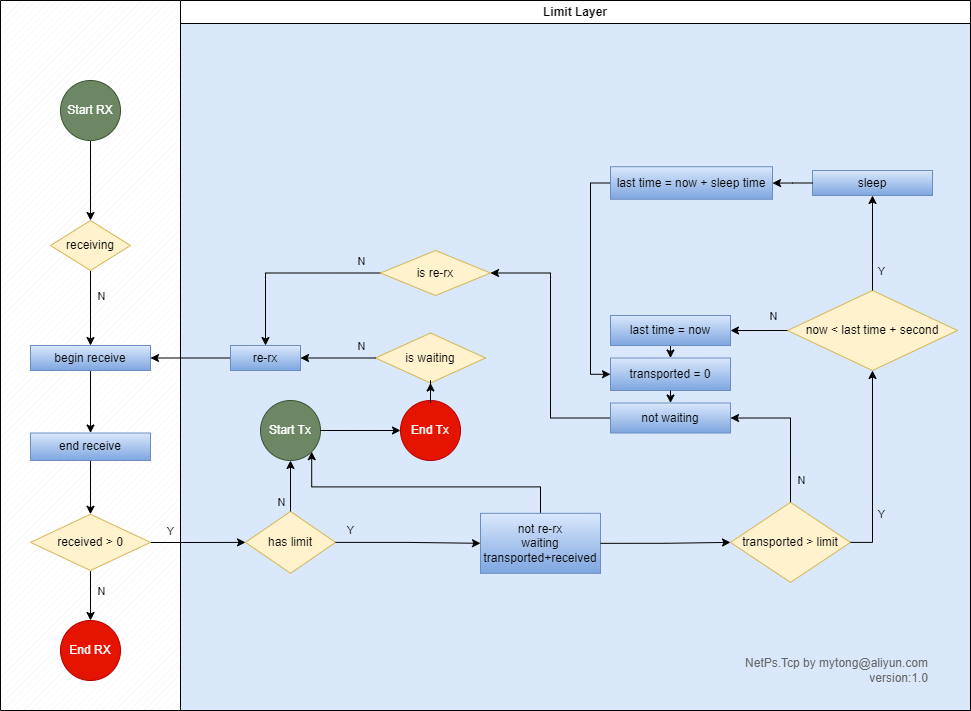
Earlier version of the draw.io export src/NetPs.Tcp/doc/TcpRxRepeater.png (NetProtocols/NetPs). Source tidied: cells renumbered, new cells last; positions are measured from the earlier drawing's top-left corner, leaving out a move shared by most shapes.
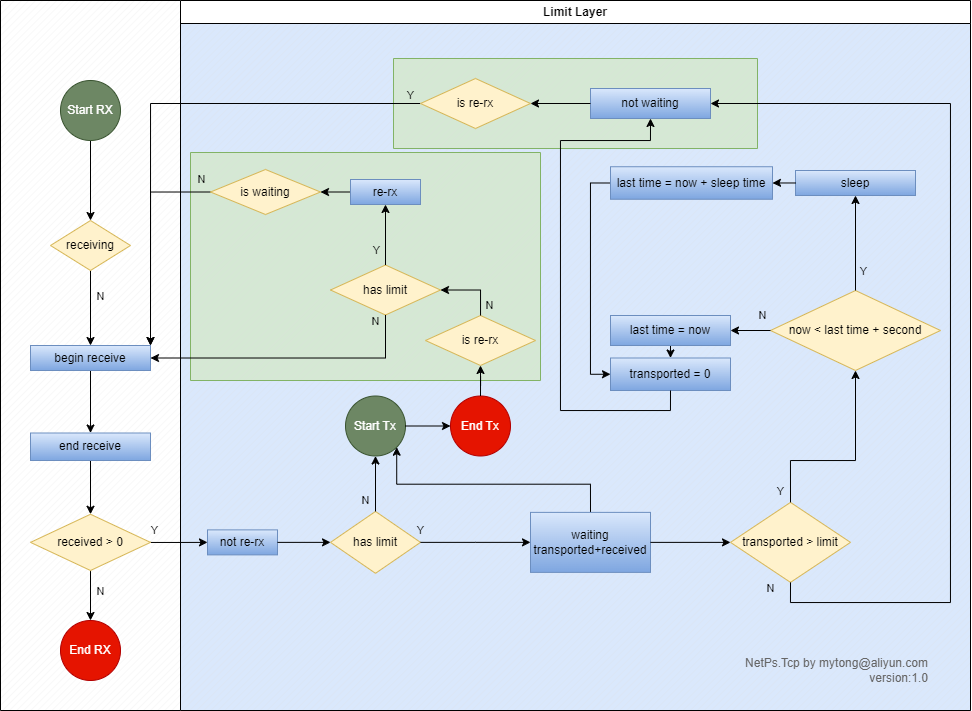
Above is the later version.

Change to the diagram source:
```diff
@@ -8,9 +8,40 @@
     <mxCell id="3" value="Limit Layer" style="swimlane;whiteSpace=wrap;html=1;" parent="1" vertex="1">
       <mxGeometry x="180" width="790" height="710" as="geometry" />
     </mxCell>
+    <mxCell id="61" style="verticalLabelPosition=bottom;verticalAlign=top;html=1;shape=mxgraph.basic.patternFillRect;fillStyle=diag;step=5;fillStrokeWidth=0.2;fillStrokeColor=#dddddd;fillColor=#d5e8d4;strokeColor=#82b366;" parent="3" vertex="1">
+      <mxGeometry x="213" y="58" width="364" height="90" as="geometry" />
+    </mxCell>
+    <mxCell id="62" style="verticalLabelPosition=bottom;verticalAlign=top;html=1;shape=mxgraph.basic.patternFillRect;fillStyle=diag;step=5;fillStrokeWidth=0.2;fillStrokeColor=#dddddd;fillColor=#d5e8d4;strokeColor=#82b366;" parent="3" vertex="1">
+      <mxGeometry x="10" y="152" width="350" height="228" as="geometry" />
+    </mxCell>
     <mxCell id="4" value="&lt;font color=&quot;#666666&quot;&gt;NetPs.Tcp by mytong@aliyun.com&lt;br&gt;version:1.0&lt;br&gt;&lt;/font&gt;" style="rounded=1;whiteSpace=wrap;html=1;fillColor=none;strokeColor=none;align=right;" parent="3" vertex="1">
       <mxGeometry x="520" y="640" width="230" height="60" as="geometry" />
     </mxCell>
+    <mxCell id="25" value="is re-rx" style="rhombus;whiteSpace=wrap;html=1;fillColor=#fff2cc;strokeColor=#d6b656;" parent="3" vertex="1">
+      <mxGeometry x="245" y="315" width="110" height="50" as="geometry" />
+    </mxCell>
+    <mxCell id="63" value="not re-rx" style="whiteSpace=wrap;html=1;fillColor=#dae8fc;gradientColor=#7ea6e0;strokeColor=#6c8ebf;" parent="3" vertex="1">
+      <mxGeometry x="27" y="529.4" width="70" height="25" as="geometry" />
+    </mxCell>
+    <mxCell id="64" value="has limit" style="rhombus;whiteSpace=wrap;html=1;fillColor=#fff2cc;strokeColor=#d6b656;" parent="3" vertex="1">
+      <mxGeometry x="150" y="264.5" width="110" height="50" as="geometry" />
+    </mxCell>
+    <mxCell id="28" style="edgeStyle=orthogonalEdgeStyle;rounded=0;jettySize=auto;html=1;entryX=1;entryY=0.5;entryDx=0;entryDy=0;" parent="3" edge="1" source="25" target="64">
+      <mxGeometry relative="1" as="geometry" />
+    </mxCell>
+    <mxCell id="29" value="N" style="edgeLabel;html=1;align=center;verticalAlign=middle;labelBackgroundColor=none;" parent="28" vertex="1">
+      <mxGeometry x="-0.09" relative="1" as="geometry">
+        <mxPoint x="13" y="15" as="offset" />
+      </mxGeometry>
+    </mxCell>
+    <mxCell id="50" value="not waiting" style="rounded=0;whiteSpace=wrap;html=1;fillColor=#dae8fc;gradientColor=#7ea6e0;strokeColor=#6c8ebf;" parent="3" vertex="1">
+      <mxGeometry x="410" y="88" width="120" height="30" as="geometry" />
+    </mxCell>
+    <mxCell id="65" value="Y" style="edgeLabel;html=1;align=center;verticalAlign=middle;labelBackgroundColor=none;" parent="3" vertex="1">
+      <mxGeometry x="205" y="264.5" as="geometry">
+        <mxPoint x="25" y="-170" as="offset" />
+      </mxGeometry>
+    </mxCell>
     <mxCell id="5" style="verticalLabelPosition=bottom;verticalAlign=top;html=1;shape=mxgraph.basic.patternFillRect;fillStyle=diag;step=5;fillStrokeWidth=0.2;fillStrokeColor=#dddddd;" parent="1" vertex="1">
       <mxGeometry width="180" height="710" as="geometry" />
     </mxCell>
@@ -51,7 +82,7 @@
         <mxPoint x="13" y="2" as="offset" />
       </mxGeometry>
     </mxCell>
-    <mxCell id="17" style="edgeStyle=orthogonalEdgeStyle;rounded=0;jettySize=auto;html=1;" parent="1" edge="1" source="19" target="30">
+    <mxCell id="17" style="edgeStyle=orthogonalEdgeStyle;rounded=0;jettySize=auto;html=1;entryX=0;entryY=0.5;entryDx=0;entryDy=0;" parent="1" edge="1" source="19" target="63">
       <mxGeometry relative="1" as="geometry" />
     </mxCell>
     <mxCell id="18" value="Y" style="edgeLabel;html=1;align=center;verticalAlign=middle;labelBackgroundColor=none;" parent="17" vertex="1">
@@ -65,37 +96,20 @@
     <mxCell id="20" value="End RX" style="ellipse;whiteSpace=wrap;html=1;fillColor=#e51400;fontColor=#ffffff;strokeColor=#B20000;" parent="1" vertex="1">
       <mxGeometry x="60" y="620" width="60" height="60" as="geometry" />
     </mxCell>
-    <mxCell id="21" style="edgeStyle=orthogonalEdgeStyle;rounded=0;jettySize=auto;html=1;exitX=0;exitY=0.5;exitDx=0;exitDy=0;" parent="1" edge="1" source="27" target="12">
-      <mxGeometry relative="1" as="geometry" />
-    </mxCell>
     <mxCell id="22" value="Start Tx" style="ellipse;whiteSpace=wrap;html=1;fillColor=#6d8764;fontColor=#ffffff;strokeColor=#3A5431;" parent="1" vertex="1">
-      <mxGeometry x="260" y="400" width="60" height="60" as="geometry" />
+      <mxGeometry x="345" y="395.5" width="60" height="60" as="geometry" />
     </mxCell>
     <mxCell id="23" value="End Tx" style="ellipse;whiteSpace=wrap;html=1;fillColor=#e51400;fontColor=#ffffff;strokeColor=#B20000;" parent="1" vertex="1">
-      <mxGeometry x="400" y="400" width="60" height="60" as="geometry" />
+      <mxGeometry x="450" y="395.5" width="60" height="60" as="geometry" />
     </mxCell>
     <mxCell id="24" style="edgeStyle=orthogonalEdgeStyle;rounded=0;jettySize=auto;html=1;" parent="1" edge="1" source="22" target="23">
       <mxGeometry relative="1" as="geometry" />
     </mxCell>
-    <mxCell id="25" value="is waiting" style="rhombus;whiteSpace=wrap;html=1;fillColor=#fff2cc;strokeColor=#d6b656;" parent="1" vertex="1">
-      <mxGeometry x="375" y="332.5" width="110" height="50" as="geometry" />
-    </mxCell>
     <mxCell id="26" style="edgeStyle=orthogonalEdgeStyle;rounded=0;jettySize=auto;html=1;entryX=0.5;entryY=1;entryDx=0;entryDy=0;" parent="1" edge="1" source="23" target="25">
       <mxGeometry relative="1" as="geometry" />
     </mxCell>
-    <mxCell id="27" value="re-rx" style="whiteSpace=wrap;html=1;fillColor=#dae8fc;gradientColor=#7ea6e0;strokeColor=#6c8ebf;" parent="1" vertex="1">
-      <mxGeometry x="230" y="345" width="70" height="25" as="geometry" />
-    </mxCell>
-    <mxCell id="28" style="edgeStyle=orthogonalEdgeStyle;rounded=0;jettySize=auto;html=1;" parent="1" edge="1" source="25" target="27">
-      <mxGeometry relative="1" as="geometry" />
-    </mxCell>
-    <mxCell id="29" value="N" style="edgeLabel;html=1;align=center;verticalAlign=middle;labelBackgroundColor=none;" parent="28" vertex="1">
-      <mxGeometry x="-0.09" relative="1" as="geometry">
-        <mxPoint x="19" y="-12" as="offset" />
-      </mxGeometry>
-    </mxCell>
     <mxCell id="30" value="has limit" style="rhombus;whiteSpace=wrap;html=1;fillColor=#fff2cc;strokeColor=#d6b656;" parent="1" vertex="1">
-      <mxGeometry x="245" y="510.9" width="90" height="61.9" as="geometry" />
+      <mxGeometry x="330" y="510.9" width="90" height="61.9" as="geometry" />
     </mxCell>
     <mxCell id="31" style="edgeStyle=orthogonalEdgeStyle;rounded=0;jettySize=auto;html=1;" parent="1" edge="1" source="30" target="22">
       <mxGeometry relative="1" as="geometry" />
@@ -116,23 +130,20 @@
         <mxPoint x="-48" y="-12" as="offset" />
       </mxGeometry>
     </mxCell>
-    <mxCell id="36" style="edgeStyle=orthogonalEdgeStyle;rounded=0;jettySize=auto;html=1;exitX=0;exitY=0.5;exitDx=0;exitDy=0;entryX=0.5;entryY=0;entryDx=0;entryDy=0;" parent="1" edge="1" source="38" target="27">
+    <mxCell id="36" style="edgeStyle=orthogonalEdgeStyle;rounded=0;jettySize=auto;html=1;exitX=0;exitY=0.5;exitDx=0;exitDy=0;entryX=1;entryY=0;entryDx=0;entryDy=0;" parent="1" edge="1" source="38" target="12">
       <mxGeometry relative="1" as="geometry" />
     </mxCell>
     <mxCell id="37" value="N" style="edgeLabel;html=1;align=center;verticalAlign=middle;labelBackgroundColor=none;" parent="36" vertex="1">
       <mxGeometry x="-0.53" y="1" relative="1" as="geometry">
-        <mxPoint x="24" y="-13" as="offset" />
+        <mxPoint x="40" y="-14" as="offset" />
       </mxGeometry>
     </mxCell>
-    <mxCell id="38" value="is re-rx" style="rhombus;whiteSpace=wrap;html=1;fillColor=#fff2cc;strokeColor=#d6b656;" parent="1" vertex="1">
-      <mxGeometry x="380" y="250" width="110" height="45" as="geometry" />
+    <mxCell id="38" value="is waiting" style="rhombus;whiteSpace=wrap;html=1;fillColor=#fff2cc;strokeColor=#d6b656;" parent="1" vertex="1">
+      <mxGeometry x="210" y="169" width="110" height="45" as="geometry" />
     </mxCell>
-    <mxCell id="39" value="not re-rx&lt;br&gt;waiting&lt;br&gt;transported+received" style="whiteSpace=wrap;html=1;fillColor=#dae8fc;gradientColor=#7ea6e0;strokeColor=#6c8ebf;" parent="1" vertex="1">
-      <mxGeometry x="480" y="512.8" width="120" height="60" as="geometry" />
+    <mxCell id="39" value="waiting&lt;br&gt;transported+received" style="whiteSpace=wrap;html=1;fillColor=#dae8fc;gradientColor=#7ea6e0;strokeColor=#6c8ebf;" parent="1" vertex="1">
+      <mxGeometry x="530" y="511.9" width="120" height="60" as="geometry" />
     </mxCell>
-    <mxCell id="40" style="edgeStyle=orthogonalEdgeStyle;rounded=0;jettySize=auto;html=1;exitX=0;exitY=0.5;exitDx=0;exitDy=0;entryX=1;entryY=0.5;entryDx=0;entryDy=0;" parent="1" edge="1" source="50" target="38">
-      <mxGeometry relative="1" as="geometry" />
-    </mxCell>
     <mxCell id="41" style="edgeStyle=orthogonalEdgeStyle;rounded=0;jettySize=auto;html=1;exitX=1;exitY=0.5;exitDx=0;exitDy=0;entryX=0;entryY=0.5;entryDx=0;entryDy=0;" parent="1" edge="1" source="39" target="42">
       <mxGeometry relative="1" as="geometry" />
     </mxCell>
@@ -140,18 +151,23 @@
       <mxGeometry x="730" y="501.9" width="120" height="80" as="geometry" />
     </mxCell>
     <mxCell id="43" value="now &amp;lt; last time + second" style="rhombus;whiteSpace=wrap;html=1;fillColor=#fff2cc;strokeColor=#d6b656;" parent="1" vertex="1">
-      <mxGeometry x="787" y="290" width="170" height="80" as="geometry" />
+      <mxGeometry x="770" y="290" width="170" height="80" as="geometry" />
     </mxCell>
-    <mxCell id="44" style="edgeStyle=orthogonalEdgeStyle;rounded=0;jettySize=auto;html=1;entryX=0.5;entryY=1;entryDx=0;entryDy=0;exitX=1;exitY=0.5;exitDx=0;exitDy=0;" parent="1" edge="1" source="42" target="43">
-      <mxGeometry relative="1" as="geometry" />
+    <mxCell id="44" style="edgeStyle=orthogonalEdgeStyle;rounded=0;jettySize=auto;html=1;entryX=0.5;entryY=1;entryDx=0;entryDy=0;exitX=0.5;exitY=0;exitDx=0;exitDy=0;" parent="1" edge="1" source="42" target="43">
+      <mxGeometry relative="1" as="geometry">
+        <Array as="points">
+          <mxPoint x="790" y="460" />
+          <mxPoint x="855" y="460" />
+        </Array>
+      </mxGeometry>
     </mxCell>
     <mxCell id="45" value="Y" style="edgeLabel;html=1;align=center;verticalAlign=middle;labelBackgroundColor=none;" parent="44" vertex="1">
       <mxGeometry x="0.12" y="1" relative="1" as="geometry">
-        <mxPoint x="9" y="58" as="offset" />
+        <mxPoint x="-74" y="33" as="offset" />
       </mxGeometry>
     </mxCell>
     <mxCell id="46" value="sleep" style="whiteSpace=wrap;html=1;fillColor=#dae8fc;gradientColor=#7ea6e0;strokeColor=#6c8ebf;" parent="1" vertex="1">
-      <mxGeometry x="812" y="170" width="120" height="25" as="geometry" />
+      <mxGeometry x="795" y="170" width="120" height="25" as="geometry" />
     </mxCell>
     <mxCell id="47" style="edgeStyle=orthogonalEdgeStyle;rounded=0;jettySize=auto;html=1;" parent="1" edge="1" source="43" target="46">
       <mxGeometry relative="1" as="geometry" />
@@ -164,19 +180,32 @@
     <mxCell id="49" value="transported = 0" style="whiteSpace=wrap;html=1;fillColor=#dae8fc;gradientColor=#7ea6e0;strokeColor=#6c8ebf;" parent="1" vertex="1">
       <mxGeometry x="610" y="357.5" width="120" height="32.5" as="geometry" />
     </mxCell>
-    <mxCell id="50" value="not waiting" style="rounded=0;whiteSpace=wrap;html=1;fillColor=#dae8fc;gradientColor=#7ea6e0;strokeColor=#6c8ebf;" parent="1" vertex="1">
-      <mxGeometry x="610" y="402.5" width="120" height="30" as="geometry" />
-    </mxCell>
+    <mxCell id="66" style="edgeStyle=orthogonalEdgeStyle;rounded=0;jettySize=auto;html=1;exitX=0;exitY=0.5;exitDx=0;exitDy=0;entryX=1;entryY=0.5;entryDx=0;entryDy=0;" parent="1" edge="1" source="50" target="74">
+      <mxGeometry relative="1" as="geometry" />
+    </mxCell>
-    <mxCell id="51" style="edgeStyle=orthogonalEdgeStyle;rounded=0;jettySize=auto;html=1;exitX=0.5;exitY=0;exitDx=0;exitDy=0;entryX=1;entryY=0.5;entryDx=0;entryDy=0;" parent="1" edge="1" source="42" target="50">
-      <mxGeometry relative="1" as="geometry" />
+    <mxCell id="51" style="edgeStyle=orthogonalEdgeStyle;rounded=0;jettySize=auto;html=1;exitX=0.5;exitY=1;exitDx=0;exitDy=0;entryX=1;entryY=0.5;entryDx=0;entryDy=0;" parent="1" edge="1" source="42" target="50">
+      <mxGeometry relative="1" as="geometry">
+        <Array as="points">
+          <mxPoint x="790" y="602" />
+          <mxPoint x="950" y="602" />
+          <mxPoint x="950" y="103" />
+        </Array>
+      </mxGeometry>
     </mxCell>
     <mxCell id="52" value="N" style="edgeLabel;html=1;align=center;verticalAlign=middle;labelBackgroundColor=none;" parent="51" vertex="1">
       <mxGeometry x="-0.56" relative="1" as="geometry">
-        <mxPoint x="10" y="10" as="offset" />
+        <mxPoint x="-180" y="10" as="offset" />
       </mxGeometry>
     </mxCell>
-    <mxCell id="53" style="edgeStyle=orthogonalEdgeStyle;rounded=0;jettySize=auto;html=1;exitX=0.5;exitY=1;exitDx=0;exitDy=0;entryX=0.5;entryY=0;entryDx=0;entryDy=0;" parent="1" edge="1" source="49" target="50">
-      <mxGeometry relative="1" as="geometry" />
+    <mxCell id="53" style="edgeStyle=orthogonalEdgeStyle;rounded=0;jettySize=auto;html=1;exitX=0.5;exitY=1;exitDx=0;exitDy=0;entryX=0.5;entryY=1;entryDx=0;entryDy=0;" parent="1" edge="1" source="49" target="50">
+      <mxGeometry relative="1" as="geometry">
+        <Array as="points">
+          <mxPoint x="670" y="410" />
+          <mxPoint x="560" y="410" />
+          <mxPoint x="560" y="140" />
+          <mxPoint x="650" y="140" />
+        </Array>
+      </mxGeometry>
     </mxCell>
     <mxCell id="54" style="edgeStyle=orthogonalEdgeStyle;rounded=0;jettySize=auto;html=1;exitX=0.5;exitY=1;exitDx=0;exitDy=0;entryX=0.5;entryY=0;entryDx=0;entryDy=0;" parent="1" edge="1" source="55" target="49">
       <mxGeometry relative="1" as="geometry" />
@@ -201,5 +230,40 @@
     <mxCell id="60" style="edgeStyle=orthogonalEdgeStyle;rounded=0;jettySize=auto;html=1;" parent="1" edge="1" source="46" target="59">
       <mxGeometry relative="1" as="geometry" />
     </mxCell>
+    <mxCell id="67" style="edgeStyle=orthogonalEdgeStyle;rounded=0;jettySize=auto;html=1;exitX=1;exitY=0.5;exitDx=0;exitDy=0;" parent="1" edge="1" source="63" target="30">
+      <mxGeometry relative="1" as="geometry" />
+    </mxCell>
+    <mxCell id="68" style="edgeStyle=orthogonalEdgeStyle;rounded=0;jettySize=auto;html=1;exitX=0.5;exitY=0;exitDx=0;exitDy=0;entryX=0.5;entryY=1;entryDx=0;entryDy=0;" parent="1" edge="1" source="64" target="27">
+      <mxGeometry relative="1" as="geometry" />
+    </mxCell>
+    <mxCell id="69" value="Y" style="edgeLabel;html=1;align=center;verticalAlign=middle;labelBackgroundColor=none;" parent="68" vertex="1">
+      <mxGeometry x="0.14" relative="1" as="geometry">
+        <mxPoint x="-9" y="20" as="offset" />
+      </mxGeometry>
+    </mxCell>
+    <mxCell id="70" style="edgeStyle=orthogonalEdgeStyle;rounded=0;jettySize=auto;html=1;exitX=0.5;exitY=1;exitDx=0;exitDy=0;entryX=1;entryY=0.5;entryDx=0;entryDy=0;" parent="1" edge="1" source="64" target="12">
+      <mxGeometry relative="1" as="geometry">
+        <Array as="points">
+          <mxPoint x="385" y="358" />
+        </Array>
+      </mxGeometry>
+    </mxCell>
+    <mxCell id="71" value="N" style="edgeLabel;html=1;align=center;verticalAlign=middle;labelBackgroundColor=none;" parent="70" vertex="1">
+      <mxGeometry x="-0.9" y="-4" relative="1" as="geometry">
+        <mxPoint x="-6" y="-9" as="offset" />
+      </mxGeometry>
+    </mxCell>
+    <mxCell id="72" style="edgeStyle=orthogonalEdgeStyle;rounded=0;jettySize=auto;html=1;exitX=0;exitY=0.5;exitDx=0;exitDy=0;entryX=1;entryY=0.5;entryDx=0;entryDy=0;" parent="1" edge="1" source="27" target="38">
+      <mxGeometry relative="1" as="geometry" />
+    </mxCell>
+    <mxCell id="27" value="re-rx" style="whiteSpace=wrap;html=1;fillColor=#dae8fc;gradientColor=#7ea6e0;strokeColor=#6c8ebf;" parent="1" vertex="1">
+      <mxGeometry x="350" y="179" width="70" height="25" as="geometry" />
+    </mxCell>
+    <mxCell id="73" style="edgeStyle=orthogonalEdgeStyle;rounded=0;jettySize=auto;html=1;exitX=0;exitY=0.5;exitDx=0;exitDy=0;entryX=1;entryY=0;entryDx=0;entryDy=0;" parent="1" edge="1" source="74" target="12">
+      <mxGeometry relative="1" as="geometry" />
+    </mxCell>
+    <mxCell id="74" value="is re-rx" style="rhombus;whiteSpace=wrap;html=1;fillColor=#fff2cc;strokeColor=#d6b656;" parent="1" vertex="1">
+      <mxGeometry x="420" y="78" width="110" height="50" as="geometry" />
+    </mxCell>
   </root>
 </mxGraphModel>
```
